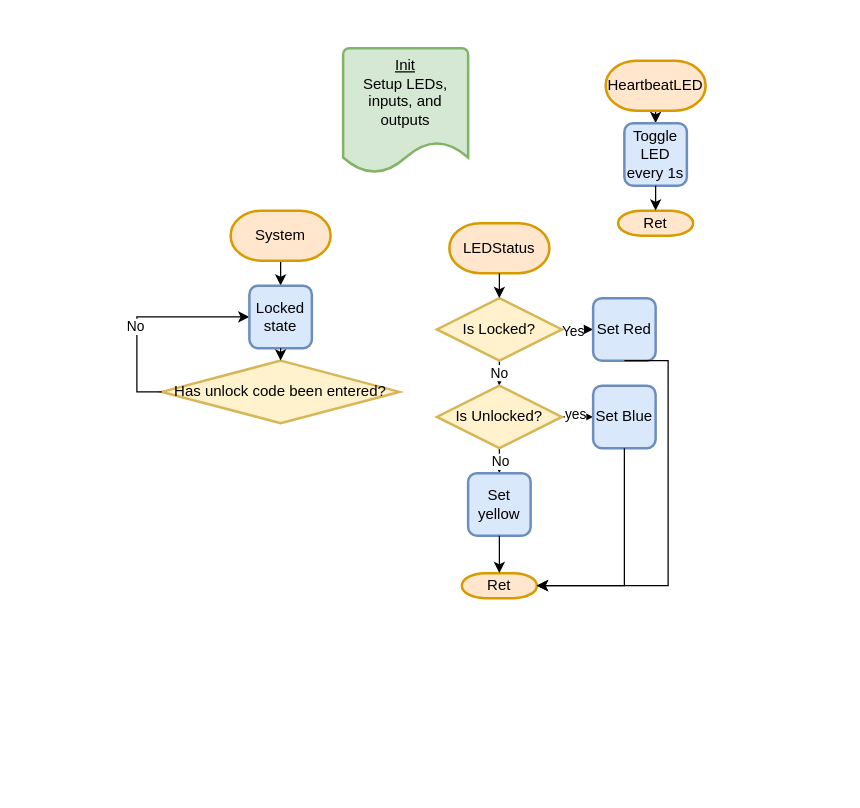
The draw.io diagram docs/Project3_Charts.drawio in msu-eele-465/project3-jack-erik-ruby, before the edit. Source tidied: cells renumbered, new cells numbered last; positions are measured from the earlier drawing's top-left corner, leaving out a move shared by most shapes. Both pictures are drawn from the tidied source at 125%, with x=0, y=0 at pixel (161, 48).
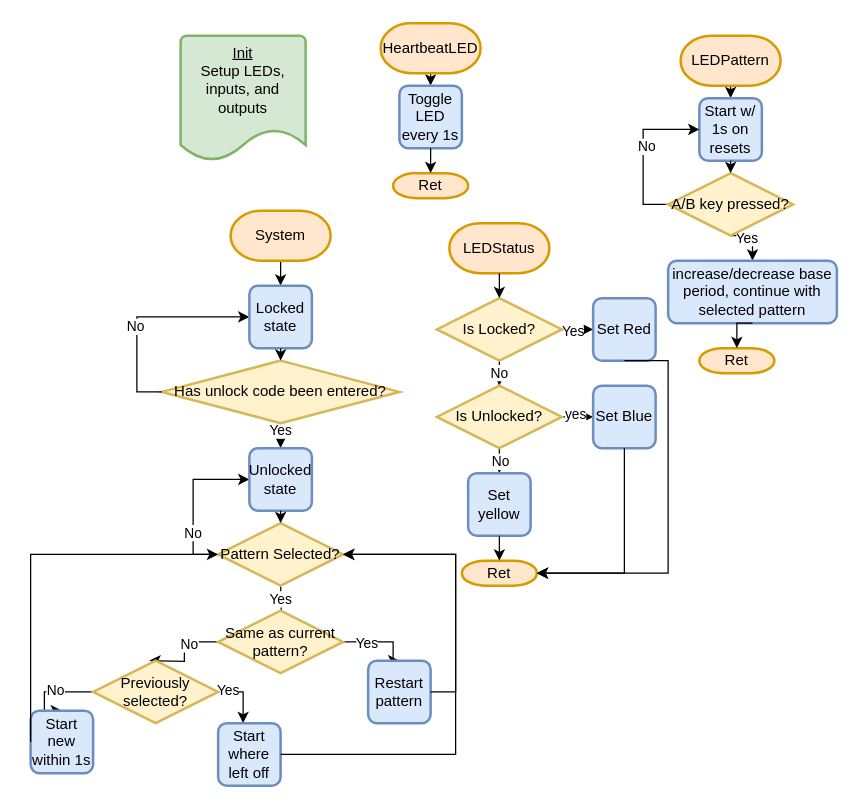
After the change.

The change refers to these unchanged cells:
```xml
<mxCell id="10" value="Has unlock code been entered?" style="strokeWidth=2;html=1;shape=mxgraph.flowchart.decision;whiteSpace=wrap;fillColor=#fff2cc;strokeColor=#d6b656;" parent="1" vertex="1">
  <mxGeometry y="250" width="190" height="50" as="geometry" />
</mxCell>
<mxCell id="25" value="Set Red" style="rounded=1;whiteSpace=wrap;html=1;absoluteArcSize=1;arcSize=14;strokeWidth=2;fillColor=#dae8fc;strokeColor=#6c8ebf;" parent="1" vertex="1">
  <mxGeometry x="345" y="200" width="50" height="50" as="geometry" />
</mxCell>
```

The edit, as a diff of the source:
```diff
@@
     <mxCell id="2" value="&lt;u&gt;Init&lt;/u&gt;&lt;div&gt;Setup LEDs, inputs, and outputs&lt;/div&gt;&lt;div&gt;&lt;br&gt;&lt;/div&gt;&lt;div&gt;&lt;br&gt;&lt;/div&gt;" style="strokeWidth=2;html=1;shape=mxgraph.flowchart.document2;whiteSpace=wrap;size=0.25;fillColor=#d5e8d4;strokeColor=#82b366;" parent="1" vertex="1">
-      <mxGeometry x="145" width="100" height="100" as="geometry" />
+      <mxGeometry x="15" y="-10" width="100" height="100" as="geometry" />
     </mxCell>
@@
     <mxCell id="4" value="HeartbeatLED" style="strokeWidth=2;html=1;shape=mxgraph.flowchart.terminator;whiteSpace=wrap;fillColor=#ffe6cc;strokeColor=#d79b00;" parent="1" vertex="1">
-      <mxGeometry x="355" y="10" width="80" height="40" as="geometry" />
+      <mxGeometry x="175" y="-20" width="80" height="40" as="geometry" />
     </mxCell>
     <mxCell id="5" value="Toggle LED every 1s" style="rounded=1;whiteSpace=wrap;html=1;absoluteArcSize=1;arcSize=14;strokeWidth=2;fillColor=#dae8fc;strokeColor=#6c8ebf;" parent="1" vertex="1">
-      <mxGeometry x="370" y="60" width="50" height="50" as="geometry" />
+      <mxGeometry x="190" y="30" width="50" height="50" as="geometry" />
     </mxCell>
     <mxCell id="6" value="Ret" style="strokeWidth=2;html=1;shape=mxgraph.flowchart.terminator;whiteSpace=wrap;fillColor=#ffe6cc;strokeColor=#d79b00;" parent="1" vertex="1">
-      <mxGeometry x="365" y="130" width="60" height="20" as="geometry" />
+      <mxGeometry x="185" y="100" width="60" height="20" as="geometry" />
     </mxCell>
@@
+    <mxCell id="33" style="edgeStyle=orthogonalEdgeStyle;rounded=0;jettySize=auto;html=1;exitX=0.5;exitY=1;exitDx=0;exitDy=0;exitPerimeter=0;entryX=0.5;entryY=0;entryDx=0;entryDy=0;" parent="1" edge="1" source="10" target="39">
+      <mxGeometry relative="1" as="geometry" />
+    </mxCell>
+    <mxCell id="34" value="Yes" style="edgeLabel;html=1;align=center;verticalAlign=middle;" parent="33" vertex="1">
+      <mxGeometry x="-0.5" y="-1" relative="1" as="geometry" />
+    </mxCell>
@@
     <mxCell id="28" value="Ret" style="strokeWidth=2;html=1;shape=mxgraph.flowchart.terminator;whiteSpace=wrap;fillColor=#ffe6cc;strokeColor=#d79b00;" parent="1" vertex="1">
-      <mxGeometry x="240" y="420" width="60" height="20" as="geometry" />
+      <mxGeometry x="240" y="410" width="60" height="20" as="geometry" />
     </mxCell>
@@
     <mxCell id="31" style="edgeStyle=orthogonalEdgeStyle;rounded=0;jettySize=auto;html=1;exitX=0.5;exitY=1;exitDx=0;exitDy=0;entryX=1;entryY=0.5;entryDx=0;entryDy=0;entryPerimeter=0;" parent="1" edge="1" source="25" target="28">
       <mxGeometry relative="1" as="geometry">
         <Array as="points">
           <mxPoint x="405" y="250" />
-          <mxPoint x="405" y="430" />
+          <mxPoint x="405" y="420" />
         </Array>
       </mxGeometry>
     </mxCell>
@@
+    <mxCell id="35" style="edgeStyle=orthogonalEdgeStyle;rounded=0;jettySize=auto;html=1;exitX=0;exitY=0.5;exitDx=0;exitDy=0;exitPerimeter=0;entryX=0;entryY=0.5;entryDx=0;entryDy=0;" parent="1" edge="1" source="38" target="39">
+      <mxGeometry relative="1" as="geometry" />
+    </mxCell>
+    <mxCell id="36" value="No" style="edgeLabel;html=1;align=center;verticalAlign=middle;" parent="35" vertex="1">
+      <mxGeometry x="-0.39" y="1" relative="1" as="geometry" />
+    </mxCell>
+    <mxCell id="37" value="Yes" style="edgeStyle=orthogonalEdgeStyle;rounded=0;jettySize=auto;html=1;" parent="1" edge="1" target="45">
+      <mxGeometry relative="1" as="geometry">
+        <mxPoint x="95" y="430" as="sourcePoint" />
+      </mxGeometry>
+    </mxCell>
+    <mxCell id="38" value="Pattern Selected?" style="strokeWidth=2;html=1;shape=mxgraph.flowchart.decision;whiteSpace=wrap;fillColor=#fff2cc;strokeColor=#d6b656;" parent="1" vertex="1">
+      <mxGeometry x="45" y="380" width="100" height="50" as="geometry" />
+    </mxCell>
+    <mxCell id="39" value="Unlocked state" style="rounded=1;whiteSpace=wrap;html=1;absoluteArcSize=1;arcSize=14;strokeWidth=2;fillColor=#dae8fc;strokeColor=#6c8ebf;" parent="1" vertex="1">
+      <mxGeometry x="70" y="320" width="50" height="50" as="geometry" />
+    </mxCell>
+    <mxCell id="40" style="edgeStyle=orthogonalEdgeStyle;rounded=0;jettySize=auto;html=1;exitX=0.5;exitY=1;exitDx=0;exitDy=0;entryX=0.5;entryY=0;entryDx=0;entryDy=0;entryPerimeter=0;" parent="1" edge="1" source="39" target="38">
+      <mxGeometry relative="1" as="geometry" />
+    </mxCell>
+    <mxCell id="41" style="edgeStyle=orthogonalEdgeStyle;rounded=0;jettySize=auto;html=1;exitX=0;exitY=0.5;exitDx=0;exitDy=0;exitPerimeter=0;entryX=0.5;entryY=0;entryDx=0;entryDy=0;" parent="1" edge="1" source="45">
+      <mxGeometry relative="1" as="geometry">
+        <mxPoint x="-10" y="490" as="targetPoint" />
+      </mxGeometry>
+    </mxCell>
+    <mxCell id="42" value="No" style="edgeLabel;html=1;align=center;verticalAlign=middle;" parent="41" vertex="1">
+      <mxGeometry x="-0.31" y="1" relative="1" as="geometry" />
+    </mxCell>
+    <mxCell id="43" style="edgeStyle=orthogonalEdgeStyle;rounded=0;jettySize=auto;html=1;exitX=1;exitY=0.5;exitDx=0;exitDy=0;exitPerimeter=0;entryX=0.5;entryY=0;entryDx=0;entryDy=0;" parent="1" edge="1" source="45" target="53">
+      <mxGeometry relative="1" as="geometry">
+        <Array as="points">
+          <mxPoint x="185" y="475" />
+          <mxPoint x="185" y="490" />
+        </Array>
+      </mxGeometry>
+    </mxCell>
+    <mxCell id="44" value="Yes" style="edgeLabel;html=1;align=center;verticalAlign=middle;" parent="43" vertex="1">
+      <mxGeometry x="-0.4" relative="1" as="geometry" />
+    </mxCell>
+    <mxCell id="45" value="Same as current pattern?" style="strokeWidth=2;html=1;shape=mxgraph.flowchart.decision;whiteSpace=wrap;fillColor=#fff2cc;strokeColor=#d6b656;" parent="1" vertex="1">
+      <mxGeometry x="45" y="450" width="100" height="50" as="geometry" />
+    </mxCell>
+    <mxCell id="46" style="edgeStyle=orthogonalEdgeStyle;rounded=0;jettySize=auto;html=1;exitX=0;exitY=0.5;exitDx=0;exitDy=0;exitPerimeter=0;entryX=0.5;entryY=0;entryDx=0;entryDy=0;" parent="1" edge="1" source="50" target="51">
+      <mxGeometry relative="1" as="geometry">
+        <Array as="points">
+          <mxPoint x="-94" y="515" />
+          <mxPoint x="-94" y="530" />
+        </Array>
+      </mxGeometry>
+    </mxCell>
+    <mxCell id="47" value="No" style="edgeLabel;html=1;align=center;verticalAlign=middle;" parent="46" vertex="1">
+      <mxGeometry x="-0.08" y="-2" relative="1" as="geometry" />
+    </mxCell>
+    <mxCell id="48" style="edgeStyle=orthogonalEdgeStyle;rounded=0;jettySize=auto;html=1;exitX=1;exitY=0.5;exitDx=0;exitDy=0;exitPerimeter=0;" parent="1" edge="1" source="50">
+      <mxGeometry relative="1" as="geometry">
+        <mxPoint x="65" y="540" as="targetPoint" />
+      </mxGeometry>
+    </mxCell>
+    <mxCell id="49" value="Yes" style="edgeLabel;html=1;align=center;verticalAlign=middle;" parent="48" vertex="1">
+      <mxGeometry x="-0.69" y="2" relative="1" as="geometry" />
+    </mxCell>
+    <mxCell id="50" value="Previously selected?" style="strokeWidth=2;html=1;shape=mxgraph.flowchart.decision;whiteSpace=wrap;fillColor=#fff2cc;strokeColor=#d6b656;" parent="1" vertex="1">
+      <mxGeometry x="-55" y="490" width="100" height="50" as="geometry" />
+    </mxCell>
+    <mxCell id="51" value="Start new within 1s" style="rounded=1;whiteSpace=wrap;html=1;absoluteArcSize=1;arcSize=14;strokeWidth=2;fillColor=#dae8fc;strokeColor=#6c8ebf;" parent="1" vertex="1">
+      <mxGeometry x="-105" y="530" width="50" height="50" as="geometry" />
+    </mxCell>
+    <mxCell id="52" value="Start where left off" style="rounded=1;whiteSpace=wrap;html=1;absoluteArcSize=1;arcSize=14;strokeWidth=2;fillColor=#dae8fc;strokeColor=#6c8ebf;" parent="1" vertex="1">
+      <mxGeometry x="45" y="540" width="50" height="50" as="geometry" />
+    </mxCell>
+    <mxCell id="53" value="Restart pattern" style="rounded=1;whiteSpace=wrap;html=1;absoluteArcSize=1;arcSize=14;strokeWidth=2;fillColor=#dae8fc;strokeColor=#6c8ebf;" parent="1" vertex="1">
+      <mxGeometry x="165" y="490" width="50" height="50" as="geometry" />
+    </mxCell>
+    <mxCell id="54" style="edgeStyle=orthogonalEdgeStyle;rounded=0;jettySize=auto;html=1;exitX=0.5;exitY=1;exitDx=0;exitDy=0;exitPerimeter=0;entryX=0.5;entryY=0;entryDx=0;entryDy=0;" parent="1" edge="1" source="55" target="60">
+      <mxGeometry relative="1" as="geometry" />
+    </mxCell>
+    <mxCell id="55" value="LEDPattern" style="strokeWidth=2;html=1;shape=mxgraph.flowchart.terminator;whiteSpace=wrap;fillColor=#ffe6cc;strokeColor=#d79b00;" parent="1" vertex="1">
+      <mxGeometry x="415" y="-10" width="80" height="40" as="geometry" />
+    </mxCell>
+    <mxCell id="56" value="Ret" style="strokeWidth=2;html=1;shape=mxgraph.flowchart.terminator;whiteSpace=wrap;fillColor=#ffe6cc;strokeColor=#d79b00;" parent="1" vertex="1">
+      <mxGeometry x="430" y="240" width="60" height="20" as="geometry" />
+    </mxCell>
+    <mxCell id="57" style="edgeStyle=orthogonalEdgeStyle;rounded=0;jettySize=auto;html=1;exitX=1;exitY=0.5;exitDx=0;exitDy=0;entryX=1;entryY=0.5;entryDx=0;entryDy=0;entryPerimeter=0;" parent="1" edge="1" source="53" target="38">
+      <mxGeometry relative="1" as="geometry" />
+    </mxCell>
+    <mxCell id="58" style="edgeStyle=orthogonalEdgeStyle;rounded=0;jettySize=auto;html=1;exitX=0;exitY=0.5;exitDx=0;exitDy=0;entryX=0;entryY=0.5;entryDx=0;entryDy=0;entryPerimeter=0;" parent="1" edge="1" source="51" target="38">
+      <mxGeometry relative="1" as="geometry">
+        <Array as="points">
+          <mxPoint x="-105" y="405" />
+        </Array>
+      </mxGeometry>
+    </mxCell>
+    <mxCell id="59" style="edgeStyle=orthogonalEdgeStyle;rounded=0;jettySize=auto;html=1;exitX=1;exitY=0.5;exitDx=0;exitDy=0;entryX=1;entryY=0.5;entryDx=0;entryDy=0;entryPerimeter=0;" parent="1" edge="1" source="52" target="38">
+      <mxGeometry relative="1" as="geometry">
+        <Array as="points">
+          <mxPoint x="235" y="565" />
+          <mxPoint x="235" y="405" />
+        </Array>
+      </mxGeometry>
+    </mxCell>
+    <mxCell id="60" value="Start w/ 1s on resets" style="rounded=1;whiteSpace=wrap;html=1;absoluteArcSize=1;arcSize=14;strokeWidth=2;fillColor=#dae8fc;strokeColor=#6c8ebf;" parent="1" vertex="1">
+      <mxGeometry x="430" y="40" width="50" height="50" as="geometry" />
+    </mxCell>
+    <mxCell id="61" style="edgeStyle=orthogonalEdgeStyle;rounded=0;jettySize=auto;html=1;exitX=0;exitY=0.5;exitDx=0;exitDy=0;exitPerimeter=0;entryX=0;entryY=0.5;entryDx=0;entryDy=0;" parent="1" edge="1" source="65" target="60">
+      <mxGeometry relative="1" as="geometry" />
+    </mxCell>
+    <mxCell id="62" value="No" style="edgeLabel;html=1;align=center;verticalAlign=middle;" parent="61" vertex="1">
+      <mxGeometry x="0.07" y="-2" relative="1" as="geometry" />
+    </mxCell>
+    <mxCell id="63" style="edgeStyle=orthogonalEdgeStyle;rounded=0;jettySize=auto;html=1;exitX=0.5;exitY=1;exitDx=0;exitDy=0;exitPerimeter=0;entryX=0.5;entryY=0;entryDx=0;entryDy=0;" parent="1" edge="1" source="65" target="67">
+      <mxGeometry relative="1" as="geometry" />
+    </mxCell>
+    <mxCell id="64" value="Yes" style="edgeLabel;html=1;align=center;verticalAlign=middle;" parent="63" vertex="1">
+      <mxGeometry x="-0.36" y="-1" relative="1" as="geometry" />
+    </mxCell>
+    <mxCell id="65" value="A/B key pressed?" style="strokeWidth=2;html=1;shape=mxgraph.flowchart.decision;whiteSpace=wrap;fillColor=#fff2cc;strokeColor=#d6b656;" parent="1" vertex="1">
+      <mxGeometry x="405" y="100" width="100" height="50" as="geometry" />
+    </mxCell>
+    <mxCell id="66" style="edgeStyle=orthogonalEdgeStyle;rounded=0;jettySize=auto;html=1;exitX=0.5;exitY=1;exitDx=0;exitDy=0;entryX=0.5;entryY=0;entryDx=0;entryDy=0;entryPerimeter=0;" parent="1" edge="1" source="60" target="65">
+      <mxGeometry relative="1" as="geometry" />
+    </mxCell>
+    <mxCell id="67" value="increase/decrease base period, continue with selected pattern" style="rounded=1;whiteSpace=wrap;html=1;absoluteArcSize=1;arcSize=14;strokeWidth=2;fillColor=#dae8fc;strokeColor=#6c8ebf;" parent="1" vertex="1">
+      <mxGeometry x="405" y="170" width="135" height="50" as="geometry" />
+    </mxCell>
+    <mxCell id="68" style="edgeStyle=orthogonalEdgeStyle;rounded=0;jettySize=auto;html=1;exitX=0.5;exitY=1;exitDx=0;exitDy=0;entryX=0.5;entryY=0;entryDx=0;entryDy=0;entryPerimeter=0;" parent="1" edge="1" source="67" target="56">
+      <mxGeometry relative="1" as="geometry" />
+    </mxCell>
```
